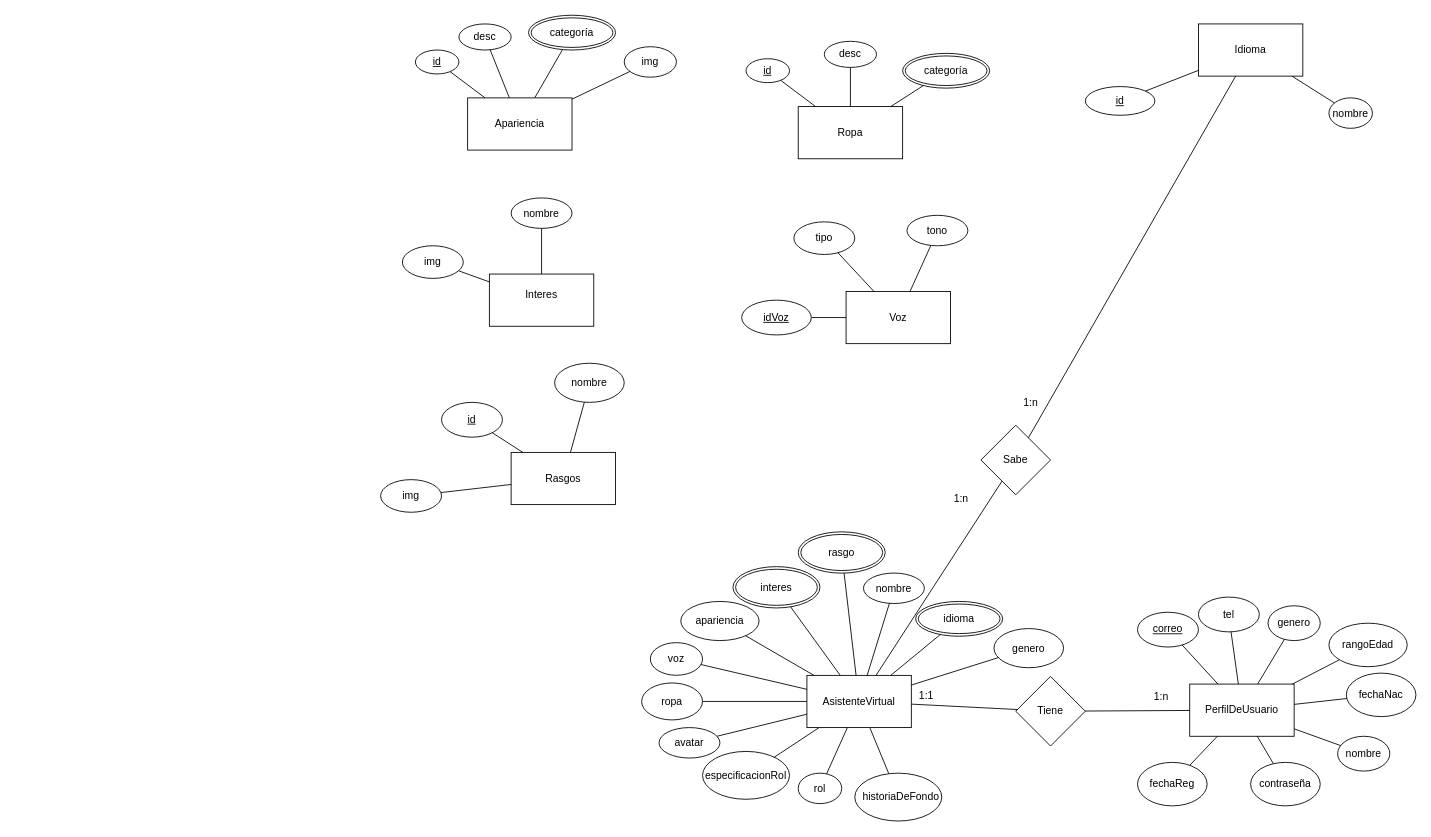
Earlier version of the draw.io diagram Untitled Diagram.drawio (guicod3r/codeFacultad). Source tidied: cells renumbered, new cells numbered last; positions are measured from the earlier drawing's top-left corner, leaving out a move shared by most shapes. Both pictures are drawn from the tidied source at 87%, with x=0, y=0 at pixel (380, 15).
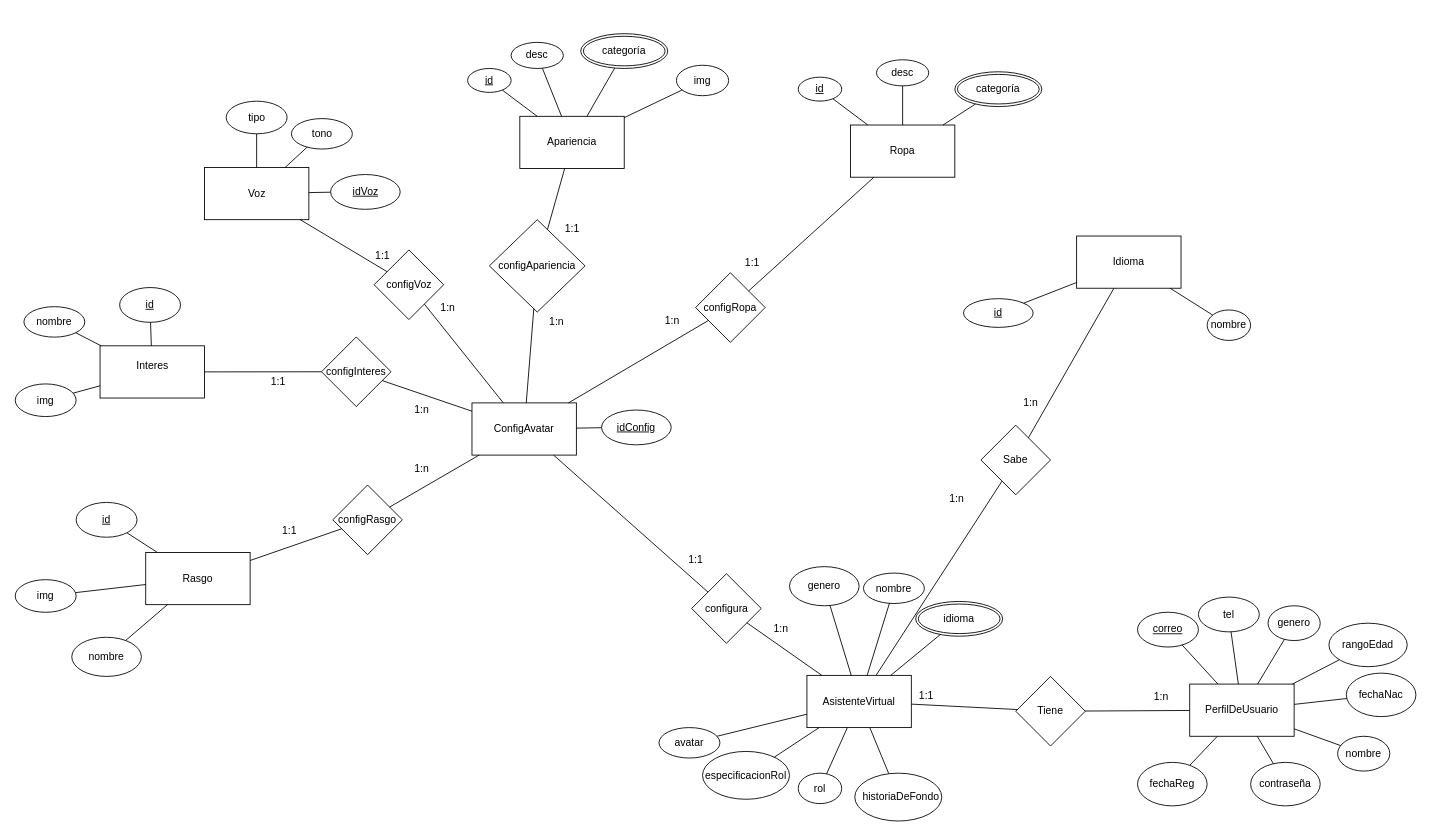
After the change.

Unchanged cells that the change refers to:
```xml
<mxCell id="18" value="AsistenteVirtual" style="rounded=0;whiteSpace=wrap;html=1;" parent="1" vertex="1">
  <mxGeometry x="490" y="758.8" width="120" height="60" as="geometry" />
</mxCell>
```

Diff of the diagram source:
```diff
@@
     <mxCell id="25" value="genero" style="ellipse;whiteSpace=wrap;html=1;" parent="1" vertex="1">
-      <mxGeometry x="705" y="705" width="80" height="45" as="geometry" />
+      <mxGeometry x="470" y="633.8" width="80" height="45" as="geometry" />
     </mxCell>
@@
     <mxCell id="33" value="Idioma" style="rounded=0;whiteSpace=wrap;html=1;" parent="1" vertex="1">
-      <mxGeometry x="940" y="10" width="120" height="60" as="geometry" />
+      <mxGeometry x="800" y="253.8" width="120" height="60" as="geometry" />
     </mxCell>
     <mxCell id="34" value="id" style="ellipse;whiteSpace=wrap;html=1;align=center;fontStyle=4;" parent="1" vertex="1">
-      <mxGeometry x="810" y="82" width="80" height="33" as="geometry" />
+      <mxGeometry x="670" y="325.8" width="80" height="33" as="geometry" />
     </mxCell>
     <mxCell id="35" value="&lt;br&gt;&lt;span style=&quot;color: rgb(0, 0, 0); font-family: Helvetica; font-size: 12px; font-style: normal; font-variant-ligatures: normal; font-variant-caps: normal; font-weight: 400; letter-spacing: normal; orphans: 2; text-align: center; text-indent: 0px; text-transform: none; widows: 2; word-spacing: 0px; -webkit-text-stroke-width: 0px; white-space: normal; background-color: rgb(251, 251, 251); float: none; display: inline !important;&quot;&gt;nombre&lt;/span&gt;&lt;div&gt;&lt;br/&gt;&lt;/div&gt;" style="ellipse;whiteSpace=wrap;html=1;" parent="1" vertex="1">
-      <mxGeometry x="1090" y="95" width="50" height="35" as="geometry" />
+      <mxGeometry x="950" y="338.8" width="50" height="35" as="geometry" />
     </mxCell>
@@
     <mxCell id="38" value="Voz" style="rounded=0;whiteSpace=wrap;html=1;" parent="1" vertex="1">
-      <mxGeometry x="535" y="317.5" width="120" height="60" as="geometry" />
+      <mxGeometry x="-202.5" y="175" width="120" height="60" as="geometry" />
     </mxCell>
     <mxCell id="39" value="tipo" style="ellipse;whiteSpace=wrap;html=1;" parent="1" vertex="1">
-      <mxGeometry x="475" y="237.5" width="70" height="37.5" as="geometry" />
+      <mxGeometry x="-177.5" y="98.8" width="70" height="37.5" as="geometry" />
     </mxCell>
     <mxCell id="40" value="tono" style="ellipse;whiteSpace=wrap;html=1;" parent="1" vertex="1">
-      <mxGeometry x="605" y="230" width="70" height="35" as="geometry" />
+      <mxGeometry x="-102.5" y="118.8" width="70" height="35" as="geometry" />
     </mxCell>
@@
-    <mxCell id="44" value="voz" style="ellipse;whiteSpace=wrap;html=1;" parent="1" vertex="1">
-      <mxGeometry x="310" y="721.2" width="60" height="37.5" as="geometry" />
-    </mxCell>
-    <mxCell id="45" value="apariencia" style="ellipse;whiteSpace=wrap;html=1;" parent="1" vertex="1">
-      <mxGeometry x="345" y="673.8" width="90" height="45" as="geometry" />
-    </mxCell>
-    <mxCell id="46" value="ropa" style="ellipse;whiteSpace=wrap;html=1;" parent="1" vertex="1">
-      <mxGeometry x="300" y="767.5" width="70" height="42.5" as="geometry" />
-    </mxCell>
-    <mxCell id="47" style="rounded=0;jettySize=auto;html=1;endArrow=none;endFill=0;" parent="1" edge="1" source="18" target="46">
-      <mxGeometry relative="1" as="geometry" />
-    </mxCell>
-    <mxCell id="48" value="interes" style="ellipse;shape=doubleEllipse;margin=3;whiteSpace=wrap;html=1;align=center;" parent="1" vertex="1">
-      <mxGeometry x="405" y="633.8" width="100" height="47.5" as="geometry" />
-    </mxCell>
-    <mxCell id="49" style="rounded=0;jettySize=auto;html=1;endArrow=none;endFill=0;" parent="1" edge="1" source="48" target="18">
-      <mxGeometry relative="1" as="geometry" />
-    </mxCell>
-    <mxCell id="50" style="rounded=0;jettySize=auto;html=1;endArrow=none;endFill=0;" parent="1" edge="1" source="45" target="18">
-      <mxGeometry relative="1" as="geometry" />
-    </mxCell>
-    <mxCell id="51" style="rounded=0;jettySize=auto;html=1;endArrow=none;endFill=0;" parent="1" edge="1" source="44" target="18">
-      <mxGeometry relative="1" as="geometry" />
-    </mxCell>
-    <mxCell id="52" value="rasgo" style="ellipse;shape=doubleEllipse;margin=3;whiteSpace=wrap;html=1;align=center;" parent="1" vertex="1">
-      <mxGeometry x="480" y="593.8" width="100" height="47.5" as="geometry" />
-    </mxCell>
-    <mxCell id="53" style="rounded=0;jettySize=auto;html=1;endArrow=none;endFill=0;" parent="1" edge="1" source="52" target="18">
-      <mxGeometry relative="1" as="geometry" />
-    </mxCell>
-    <mxCell id="54" value="Rasgos" style="rounded=0;whiteSpace=wrap;html=1;" parent="1" vertex="1">
-      <mxGeometry x="150" y="502.5" width="120" height="60" as="geometry" />
+    <mxCell id="54" value="Rasgo" style="rounded=0;whiteSpace=wrap;html=1;" parent="1" vertex="1">
+      <mxGeometry x="-270" y="617.5" width="120" height="60" as="geometry" />
     </mxCell>
     <mxCell id="55" value="img" style="ellipse;whiteSpace=wrap;html=1;" parent="1" vertex="1">
-      <mxGeometry y="533.8" width="70" height="37.5" as="geometry" />
+      <mxGeometry x="-420" y="648.8" width="70" height="37.5" as="geometry" />
     </mxCell>
     <mxCell id="56" value="nombre" style="ellipse;whiteSpace=wrap;html=1;" parent="1" vertex="1">
-      <mxGeometry x="200" y="400" width="80" height="45" as="geometry" />
+      <mxGeometry x="-355" y="715" width="80" height="45" as="geometry" />
     </mxCell>
@@
     <mxCell id="60" value="id" style="ellipse;whiteSpace=wrap;html=1;align=center;fontStyle=4;" parent="1" vertex="1">
-      <mxGeometry x="70" y="445" width="70" height="40" as="geometry" />
+      <mxGeometry x="-350" y="560" width="70" height="40" as="geometry" />
     </mxCell>
     <mxCell id="61" value="idVoz" style="ellipse;whiteSpace=wrap;html=1;align=center;fontStyle=4;" parent="1" vertex="1">
-      <mxGeometry x="415" y="327.5" width="80" height="40" as="geometry" />
+      <mxGeometry x="-57.5" y="183.1" width="80" height="40" as="geometry" />
     </mxCell>
@@
     <mxCell id="63" value="&lt;div&gt;Interes&lt;/div&gt;&lt;div&gt;&lt;br&gt;&lt;/div&gt;" style="rounded=0;whiteSpace=wrap;html=1;" parent="1" vertex="1">
-      <mxGeometry x="125" y="297.5" width="120" height="60" as="geometry" />
+      <mxGeometry x="-322.5" y="380" width="120" height="60" as="geometry" />
     </mxCell>
     <mxCell id="64" value="img" style="ellipse;whiteSpace=wrap;html=1;" parent="1" vertex="1">
-      <mxGeometry x="25" y="265" width="70" height="37.5" as="geometry" />
+      <mxGeometry x="-420" y="423.8" width="70" height="37.5" as="geometry" />
     </mxCell>
     <mxCell id="65" value="nombre" style="ellipse;whiteSpace=wrap;html=1;" parent="1" vertex="1">
-      <mxGeometry x="150" y="210" width="70" height="35" as="geometry" />
+      <mxGeometry x="-410" y="335" width="70" height="35" as="geometry" />
     </mxCell>
@@
     <mxCell id="68" value="Apariencia" style="rounded=0;whiteSpace=wrap;html=1;" parent="1" vertex="1">
-      <mxGeometry x="100" y="95" width="120" height="60" as="geometry" />
+      <mxGeometry x="160" y="116.2" width="120" height="60" as="geometry" />
     </mxCell>
     <mxCell id="69" value="img" style="ellipse;whiteSpace=wrap;html=1;" parent="1" vertex="1">
-      <mxGeometry x="280" y="36.2" width="60" height="35" as="geometry" />
+      <mxGeometry x="340" y="57.5" width="60" height="35" as="geometry" />
     </mxCell>
     <mxCell id="70" value="desc" style="ellipse;whiteSpace=wrap;html=1;" parent="1" vertex="1">
-      <mxGeometry x="90" y="10" width="60" height="30" as="geometry" />
+      <mxGeometry x="150" y="31.2" width="60" height="30" as="geometry" />
     </mxCell>
@@
     <mxCell id="74" value="id" style="ellipse;whiteSpace=wrap;html=1;align=center;fontStyle=4;" parent="1" vertex="1">
-      <mxGeometry x="40" y="40" width="50" height="27.5" as="geometry" />
+      <mxGeometry x="100" y="61.2" width="50" height="27.5" as="geometry" />
     </mxCell>
     <mxCell id="75" value="categoría" style="ellipse;shape=doubleEllipse;margin=3;whiteSpace=wrap;html=1;align=center;" parent="1" vertex="1">
-      <mxGeometry x="170" width="100" height="40" as="geometry" />
+      <mxGeometry x="230" y="21.2" width="100" height="40" as="geometry" />
     </mxCell>
@@
     <mxCell id="77" value="Ropa" style="rounded=0;whiteSpace=wrap;html=1;" parent="1" vertex="1">
-      <mxGeometry x="480" y="105" width="120" height="60" as="geometry" />
+      <mxGeometry x="540" y="126.2" width="120" height="60" as="geometry" />
     </mxCell>
     <mxCell id="78" value="desc" style="ellipse;whiteSpace=wrap;html=1;" parent="1" vertex="1">
-      <mxGeometry x="510" y="30" width="60" height="30" as="geometry" />
+      <mxGeometry x="570" y="51.2" width="60" height="30" as="geometry" />
     </mxCell>
@@
     <mxCell id="81" value="id" style="ellipse;whiteSpace=wrap;html=1;align=center;fontStyle=4;" parent="1" vertex="1">
-      <mxGeometry x="420" y="50" width="50" height="27.5" as="geometry" />
+      <mxGeometry x="480" y="71.2" width="50" height="27.5" as="geometry" />
     </mxCell>
     <mxCell id="82" value="categoría" style="ellipse;shape=doubleEllipse;margin=3;whiteSpace=wrap;html=1;align=center;" parent="1" vertex="1">
-      <mxGeometry x="600" y="43.8" width="100" height="40" as="geometry" />
+      <mxGeometry x="660" y="65" width="100" height="40" as="geometry" />
     </mxCell>
@@
     <mxCell id="92" value="1:n" style="text;html=1;align=center;verticalAlign=middle;whiteSpace=wrap;rounded=0;" parent="1" vertex="1">
-      <mxGeometry x="645" y="540" width="45" height="31.2" as="geometry" />
+      <mxGeometry x="640" y="540" width="45" height="31.2" as="geometry" />
     </mxCell>
@@
+    <mxCell id="94" style="rounded=0;jettySize=auto;html=1;endArrow=none;endFill=0;" parent="1" edge="1" source="63" target="95">
+      <mxGeometry relative="1" as="geometry" />
+    </mxCell>
+    <mxCell id="95" value="id" style="ellipse;whiteSpace=wrap;html=1;align=center;fontStyle=4;" parent="1" vertex="1">
+      <mxGeometry x="-300" y="313" width="70" height="40" as="geometry" />
+    </mxCell>
+    <mxCell id="96" value="ConfigAvatar" style="rounded=0;whiteSpace=wrap;html=1;" parent="1" vertex="1">
+      <mxGeometry x="105" y="445.6" width="120" height="60" as="geometry" />
+    </mxCell>
+    <mxCell id="97" style="rounded=0;jettySize=auto;html=1;endArrow=none;endFill=0;" parent="1" edge="1" source="96" target="98">
+      <mxGeometry relative="1" as="geometry" />
+    </mxCell>
+    <mxCell id="98" value="idConfig" style="ellipse;whiteSpace=wrap;html=1;align=center;fontStyle=4;" parent="1" vertex="1">
+      <mxGeometry x="254" y="453.8" width="80" height="40" as="geometry" />
+    </mxCell>
+    <mxCell id="99" value="configRasgo" style="rhombus;whiteSpace=wrap;html=1;" parent="1" vertex="1">
+      <mxGeometry x="-55" y="540" width="80" height="80" as="geometry" />
+    </mxCell>
+    <mxCell id="100" style="rounded=0;jettySize=auto;html=1;endArrow=none;endFill=0;" parent="1" edge="1" source="99" target="54">
+      <mxGeometry relative="1" as="geometry" />
+    </mxCell>
+    <mxCell id="101" style="rounded=0;jettySize=auto;html=1;endArrow=none;endFill=0;" parent="1" edge="1" source="96" target="99">
+      <mxGeometry relative="1" as="geometry" />
+    </mxCell>
+    <mxCell id="102" value="1:1" style="text;html=1;align=center;verticalAlign=middle;whiteSpace=wrap;rounded=0;" parent="1" vertex="1">
+      <mxGeometry x="-127.5" y="576.9" width="45" height="31.2" as="geometry" />
+    </mxCell>
+    <mxCell id="103" value="1:n" style="text;html=1;align=center;verticalAlign=middle;whiteSpace=wrap;rounded=0;" parent="1" vertex="1">
+      <mxGeometry x="25" y="505.6" width="45" height="31.2" as="geometry" />
+    </mxCell>
+    <mxCell id="104" value="configInteres" style="rhombus;whiteSpace=wrap;html=1;" parent="1" vertex="1">
+      <mxGeometry x="-68" y="369.8" width="80" height="80" as="geometry" />
+    </mxCell>
+    <mxCell id="105" style="rounded=0;jettySize=auto;html=1;endArrow=none;endFill=0;" parent="1" edge="1" source="104" target="63">
+      <mxGeometry relative="1" as="geometry" />
+    </mxCell>
+    <mxCell id="106" style="rounded=0;jettySize=auto;html=1;endArrow=none;endFill=0;" parent="1" edge="1" source="96" target="104">
+      <mxGeometry relative="1" as="geometry" />
+    </mxCell>
+    <mxCell id="107" value="1:1" style="text;html=1;align=center;verticalAlign=middle;whiteSpace=wrap;rounded=0;" parent="1" vertex="1">
+      <mxGeometry x="-140.5" y="406.6" width="45" height="31.2" as="geometry" />
+    </mxCell>
+    <mxCell id="108" value="1:n" style="text;html=1;align=center;verticalAlign=middle;whiteSpace=wrap;rounded=0;" parent="1" vertex="1">
+      <mxGeometry x="25" y="437.9" width="45" height="31.2" as="geometry" />
+    </mxCell>
+    <mxCell id="109" value="configVoz" style="rhombus;whiteSpace=wrap;html=1;" parent="1" vertex="1">
+      <mxGeometry x="-7.5" y="269.8" width="80" height="80" as="geometry" />
+    </mxCell>
+    <mxCell id="110" style="rounded=0;jettySize=auto;html=1;endArrow=none;endFill=0;" parent="1" edge="1" source="109" target="38">
+      <mxGeometry relative="1" as="geometry" />
+    </mxCell>
+    <mxCell id="111" style="rounded=0;jettySize=auto;html=1;endArrow=none;endFill=0;" parent="1" edge="1" source="96" target="109">
+      <mxGeometry relative="1" as="geometry" />
+    </mxCell>
+    <mxCell id="112" value="1:1" style="text;html=1;align=center;verticalAlign=middle;whiteSpace=wrap;rounded=0;" parent="1" vertex="1">
+      <mxGeometry x="-20" y="261.2" width="45" height="31.2" as="geometry" />
+    </mxCell>
+    <mxCell id="113" value="1:n" style="text;html=1;align=center;verticalAlign=middle;whiteSpace=wrap;rounded=0;" parent="1" vertex="1">
+      <mxGeometry x="55" y="321.8" width="45" height="31.2" as="geometry" />
+    </mxCell>
+    <mxCell id="114" value="configApariencia" style="rhombus;whiteSpace=wrap;html=1;" parent="1" vertex="1">
+      <mxGeometry x="125" y="235" width="110" height="106.2" as="geometry" />
+    </mxCell>
+    <mxCell id="115" style="rounded=0;jettySize=auto;html=1;endArrow=none;endFill=0;" parent="1" edge="1" source="114" target="96">
+      <mxGeometry relative="1" as="geometry" />
+    </mxCell>
+    <mxCell id="116" style="rounded=0;jettySize=auto;html=1;endArrow=none;endFill=0;" parent="1" edge="1" source="68" target="114">
+      <mxGeometry relative="1" as="geometry" />
+    </mxCell>
+    <mxCell id="117" value="1:1" style="text;html=1;align=center;verticalAlign=middle;whiteSpace=wrap;rounded=0;" parent="1" vertex="1">
+      <mxGeometry x="197.5" y="230" width="45" height="31.2" as="geometry" />
+    </mxCell>
+    <mxCell id="118" value="1:n" style="text;html=1;align=center;verticalAlign=middle;whiteSpace=wrap;rounded=0;" parent="1" vertex="1">
+      <mxGeometry x="180" y="336.9" width="45" height="31.2" as="geometry" />
+    </mxCell>
+    <mxCell id="119" value="configRopa" style="rhombus;whiteSpace=wrap;html=1;" parent="1" vertex="1">
+      <mxGeometry x="362" y="296" width="80" height="80" as="geometry" />
+    </mxCell>
+    <mxCell id="120" style="rounded=0;jettySize=auto;html=1;endArrow=none;endFill=0;" parent="1" edge="1" source="119" target="96">
+      <mxGeometry relative="1" as="geometry" />
+    </mxCell>
+    <mxCell id="121" style="rounded=0;jettySize=auto;html=1;endArrow=none;endFill=0;" parent="1" edge="1" source="77" target="119">
+      <mxGeometry relative="1" as="geometry" />
+    </mxCell>
+    <mxCell id="122" value="1:1" style="text;html=1;align=center;verticalAlign=middle;whiteSpace=wrap;rounded=0;" parent="1" vertex="1">
+      <mxGeometry x="405" y="269.8" width="45" height="31.2" as="geometry" />
+    </mxCell>
+    <mxCell id="123" value="1:n" style="text;html=1;align=center;verticalAlign=middle;whiteSpace=wrap;rounded=0;" parent="1" vertex="1">
+      <mxGeometry x="312.5" y="335" width="45" height="31.2" as="geometry" />
+    </mxCell>
+    <mxCell id="124" value="configura" style="rhombus;whiteSpace=wrap;html=1;" parent="1" vertex="1">
+      <mxGeometry x="357.5" y="641.9" width="80" height="80" as="geometry" />
+    </mxCell>
+    <mxCell id="125" style="rounded=0;jettySize=auto;html=1;endArrow=none;endFill=0;" parent="1" edge="1" source="124" target="96">
+      <mxGeometry relative="1" as="geometry" />
+    </mxCell>
+    <mxCell id="126" style="rounded=0;jettySize=auto;html=1;endArrow=none;endFill=0;" parent="1" edge="1" source="18" target="124">
+      <mxGeometry relative="1" as="geometry" />
+    </mxCell>
+    <mxCell id="127" value="1:1" style="text;html=1;align=center;verticalAlign=middle;whiteSpace=wrap;rounded=0;" parent="1" vertex="1">
+      <mxGeometry x="340" y="610" width="45" height="31.2" as="geometry" />
+    </mxCell>
+    <mxCell id="128" value="1:n" style="text;html=1;align=center;verticalAlign=middle;whiteSpace=wrap;rounded=0;" parent="1" vertex="1">
+      <mxGeometry x="437.5" y="690.6" width="45" height="31.2" as="geometry" />
+    </mxCell>
```
